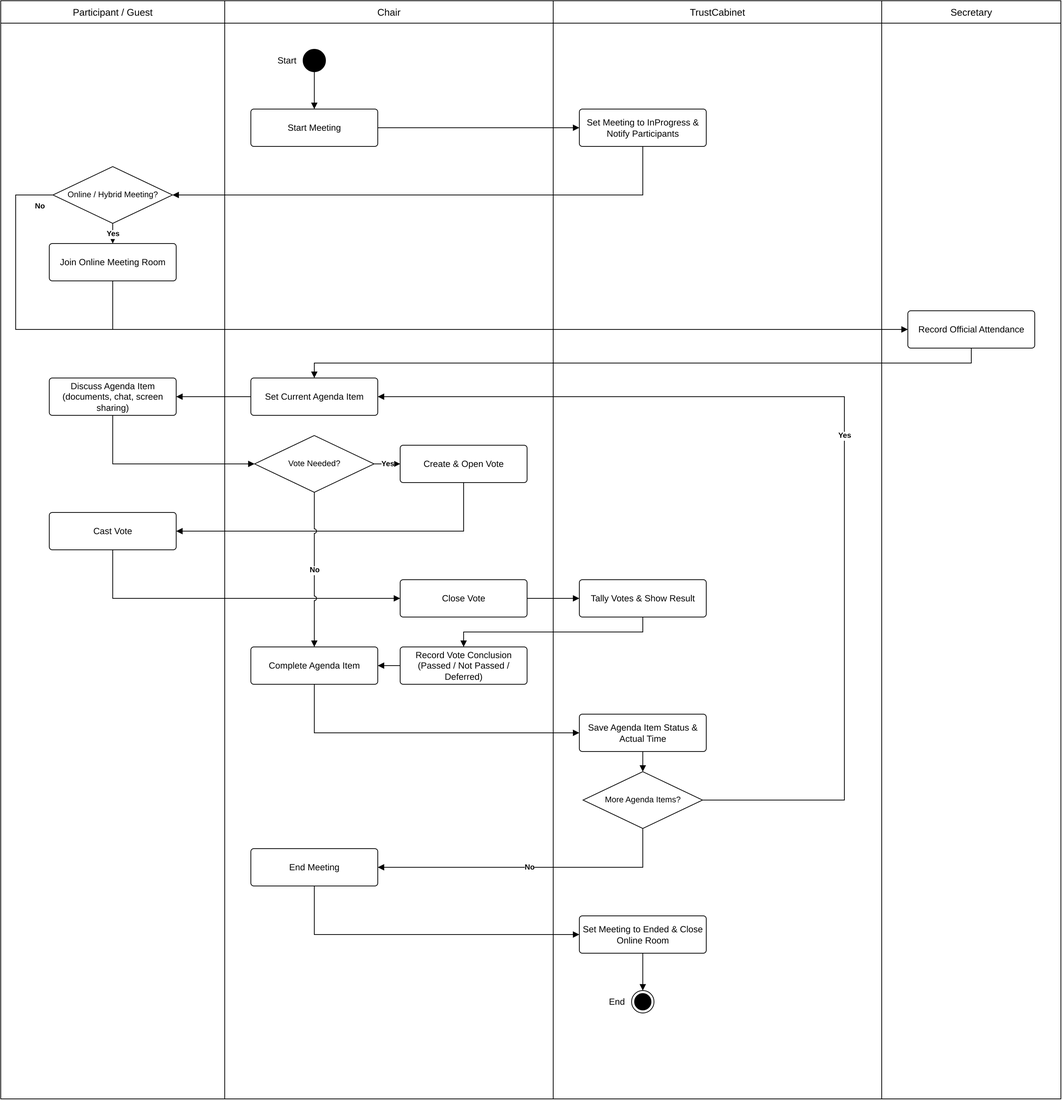
This is docs/09-bussinessflow/BF-03_Meeting_Execution_Decision_Making.drawio.png from callmehai/FU-FA26-G116, a draw.io export, as it was before one commit. Source tidied: cells renumbered, new cells last; positions are measured from the earlier drawing's top-left corner, leaving out a move shared by most shapes.
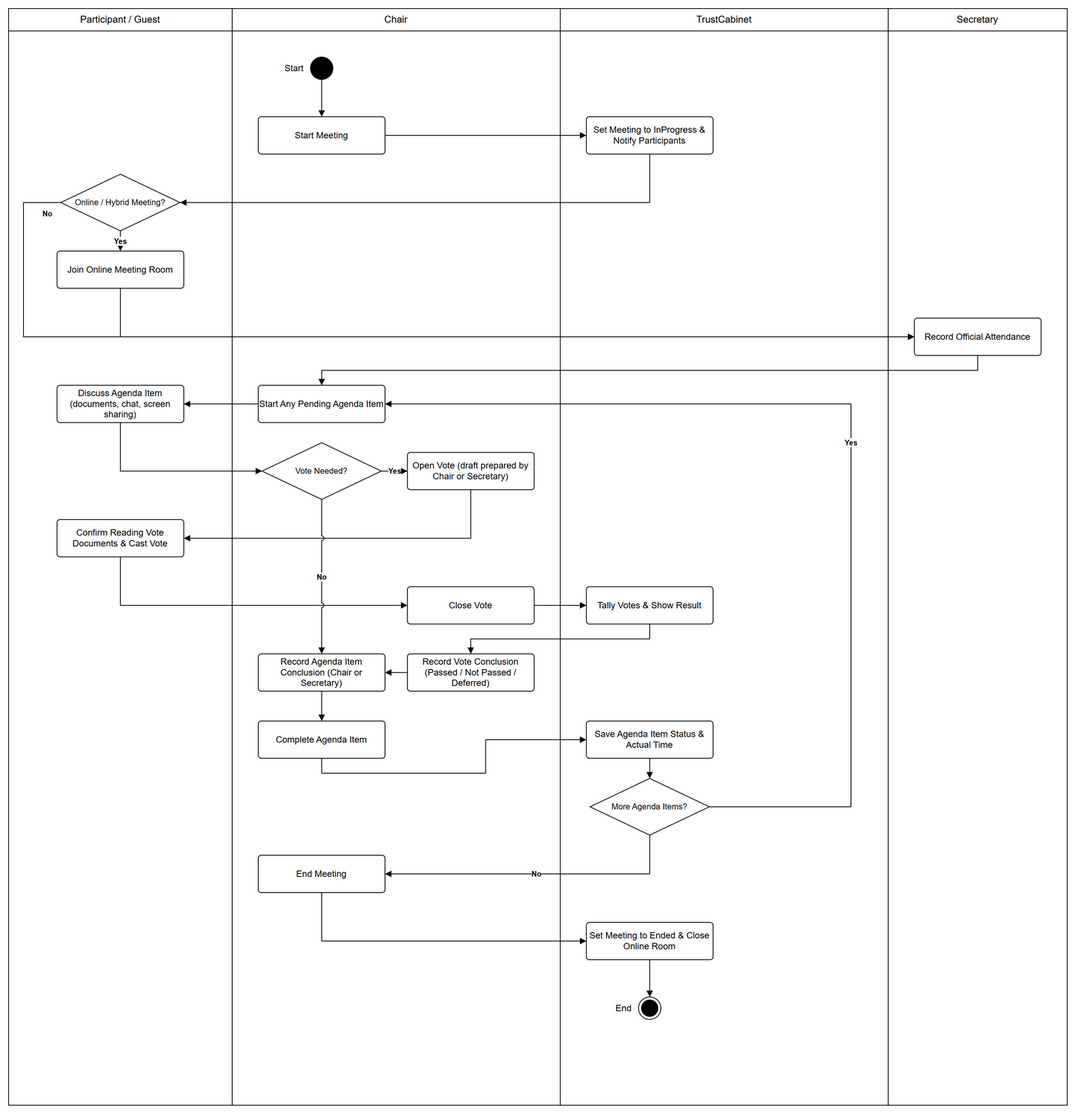
After the change.

Diff of the diagram source:
```diff
@@ -14,7 +14,7 @@
     <mxCell id="5" value="Discuss Agenda Item (documents, chat, screen sharing)" style="rounded=1;arcSize=8;html=1;whiteSpace=wrap;fillColor=#ffffff;strokeColor=#000000;fontColor=#000000;fontSize=12;" parent="2" vertex="1">
       <mxGeometry x="65" y="505" width="170" height="50" as="geometry" />
     </mxCell>
-    <mxCell id="6" value="Cast Vote" style="rounded=1;arcSize=8;html=1;whiteSpace=wrap;fillColor=#ffffff;strokeColor=#000000;fontColor=#000000;fontSize=12;" parent="2" vertex="1">
+    <mxCell id="6" value="Confirm Reading Vote Documents &amp; Cast Vote" style="rounded=1;arcSize=8;html=1;whiteSpace=wrap;fillColor=#ffffff;strokeColor=#000000;fontColor=#000000;fontSize=12;" parent="2" vertex="1">
       <mxGeometry x="65" y="685" width="170" height="50" as="geometry" />
     </mxCell>
     <mxCell id="7" value="Chair" style="swimlane;html=1;startSize=30;horizontal=1;fillColor=none;strokeColor=#000000;fontColor=#000000;fontStyle=0;fontSize=13;whiteSpace=wrap;" parent="1" vertex="1">
@@ -26,13 +26,13 @@
     <mxCell id="9" value="Start Meeting" style="rounded=1;arcSize=8;html=1;whiteSpace=wrap;fillColor=#ffffff;strokeColor=#000000;fontColor=#000000;fontSize=12;" parent="7" vertex="1">
       <mxGeometry x="35" y="145" width="170" height="50" as="geometry" />
     </mxCell>
-    <mxCell id="10" value="Set Current Agenda Item" style="rounded=1;arcSize=8;html=1;whiteSpace=wrap;fillColor=#ffffff;strokeColor=#000000;fontColor=#000000;fontSize=12;" parent="7" vertex="1">
+    <mxCell id="10" value="Start Any Pending Agenda Item" style="rounded=1;arcSize=8;html=1;whiteSpace=wrap;fillColor=#ffffff;strokeColor=#000000;fontColor=#000000;fontSize=12;" parent="7" vertex="1">
       <mxGeometry x="35" y="505" width="170" height="50" as="geometry" />
     </mxCell>
     <mxCell id="11" value="Vote Needed?" style="rhombus;spacingLeft=16;spacingRight=16;html=1;whiteSpace=wrap;fillColor=#ffffff;strokeColor=#000000;fontColor=#000000;fontSize=11;" parent="7" vertex="1">
       <mxGeometry x="40" y="582" width="160" height="76" as="geometry" />
     </mxCell>
-    <mxCell id="12" value="Create &amp; Open Vote" style="rounded=1;arcSize=8;html=1;whiteSpace=wrap;fillColor=#ffffff;strokeColor=#000000;fontColor=#000000;fontSize=12;" parent="7" vertex="1">
+    <mxCell id="12" value="Open Vote (draft prepared by Chair or Secretary)" style="rounded=1;arcSize=8;html=1;whiteSpace=wrap;fillColor=#ffffff;strokeColor=#000000;fontColor=#000000;fontSize=12;" parent="7" vertex="1">
       <mxGeometry x="235" y="595" width="170" height="50" as="geometry" />
     </mxCell>
     <mxCell id="13" value="Close Vote" style="rounded=1;arcSize=8;html=1;whiteSpace=wrap;fillColor=#ffffff;strokeColor=#000000;fontColor=#000000;fontSize=12;" parent="7" vertex="1">
@@ -42,7 +42,7 @@
       <mxGeometry x="235" y="865" width="170" height="50" as="geometry" />
     </mxCell>
     <mxCell id="15" value="Complete Agenda Item" style="rounded=1;arcSize=8;html=1;whiteSpace=wrap;fillColor=#ffffff;strokeColor=#000000;fontColor=#000000;fontSize=12;" parent="7" vertex="1">
-      <mxGeometry x="35" y="865" width="170" height="50" as="geometry" />
+      <mxGeometry x="35" y="955" width="170" height="50" as="geometry" />
     </mxCell>
     <mxCell id="16" value="End Meeting" style="rounded=1;arcSize=8;html=1;whiteSpace=wrap;fillColor=#ffffff;strokeColor=#000000;fontColor=#000000;fontSize=12;" parent="7" vertex="1">
       <mxGeometry x="35" y="1135" width="170" height="50" as="geometry" />
@@ -126,10 +126,10 @@
     <mxCell id="39" style="edgeStyle=orthogonalEdgeStyle;rounded=0;jettySize=auto;html=1;endArrow=block;endFill=1;strokeColor=#000000;fontColor=#000000;fontSize=10;fontStyle=1;labelBackgroundColor=#ffffff;jumpStyle=arc;jumpSize=6;exitX=0.5;exitY=1;exitDx=0;exitDy=0;entryX=0.5;entryY=0;entryDx=0;entryDy=0;" parent="1" edge="1" source="19" target="14">
       <mxGeometry relative="1" as="geometry" />
     </mxCell>
-    <mxCell id="40" style="edgeStyle=orthogonalEdgeStyle;rounded=0;jettySize=auto;html=1;endArrow=block;endFill=1;strokeColor=#000000;fontColor=#000000;fontSize=10;fontStyle=1;labelBackgroundColor=#ffffff;jumpStyle=arc;jumpSize=6;exitX=0;exitY=0.5;exitDx=0;exitDy=0;entryX=1;entryY=0.5;entryDx=0;entryDy=0;" parent="1" edge="1" source="14" target="15">
+    <mxCell id="40" style="edgeStyle=orthogonalEdgeStyle;rounded=0;jettySize=auto;html=1;endArrow=block;endFill=1;strokeColor=#000000;fontColor=#000000;fontSize=10;fontStyle=1;labelBackgroundColor=#ffffff;jumpStyle=arc;jumpSize=6;exitX=0;exitY=0.5;exitDx=0;exitDy=0;entryX=1;entryY=0.5;entryDx=0;entryDy=0;" parent="1" edge="1" source="14" target="48">
       <mxGeometry relative="1" as="geometry" />
     </mxCell>
-    <mxCell id="41" value="No" style="edgeStyle=orthogonalEdgeStyle;rounded=0;jettySize=auto;html=1;endArrow=block;endFill=1;strokeColor=#000000;fontColor=#000000;fontSize=10;fontStyle=1;labelBackgroundColor=#ffffff;jumpStyle=arc;jumpSize=6;exitX=0.5;exitY=1;exitDx=0;exitDy=0;entryX=0.5;entryY=0;entryDx=0;entryDy=0;" parent="1" edge="1" source="11" target="15">
+    <mxCell id="41" value="No" style="edgeStyle=orthogonalEdgeStyle;rounded=0;jettySize=auto;html=1;endArrow=block;endFill=1;strokeColor=#000000;fontColor=#000000;fontSize=10;fontStyle=1;labelBackgroundColor=#ffffff;jumpStyle=arc;jumpSize=6;exitX=0.5;exitY=1;exitDx=0;exitDy=0;entryX=0.5;entryY=0;entryDx=0;entryDy=0;" parent="1" edge="1" source="11" target="48">
       <mxGeometry relative="1" as="geometry" />
     </mxCell>
     <mxCell id="42" style="edgeStyle=orthogonalEdgeStyle;rounded=0;jettySize=auto;html=1;endArrow=block;endFill=1;strokeColor=#000000;fontColor=#000000;fontSize=10;fontStyle=1;labelBackgroundColor=#ffffff;jumpStyle=arc;jumpSize=6;exitX=0.5;exitY=1;exitDx=0;exitDy=0;entryX=0;entryY=0.5;entryDx=0;entryDy=0;" parent="1" edge="1" source="15" target="20">
@@ -155,5 +155,11 @@
     <mxCell id="47" style="edgeStyle=orthogonalEdgeStyle;rounded=0;jettySize=auto;html=1;endArrow=block;endFill=1;strokeColor=#000000;fontColor=#000000;fontSize=10;fontStyle=1;labelBackgroundColor=#ffffff;jumpStyle=arc;jumpSize=6;exitX=0.5;exitY=1;exitDx=0;exitDy=0;entryX=0.5;entryY=0;entryDx=0;entryDy=0;" parent="1" edge="1" source="22" target="23">
       <mxGeometry relative="1" as="geometry" />
     </mxCell>
+    <mxCell id="48" value="Record Agenda Item Conclusion (Chair or Secretary)" style="rounded=1;arcSize=8;html=1;whiteSpace=wrap;fillColor=#ffffff;strokeColor=#000000;fontColor=#000000;fontSize=12;" parent="7" vertex="1">
+      <mxGeometry x="35" y="865" width="170" height="50" as="geometry" />
+    </mxCell>
+    <mxCell id="49" style="edgeStyle=orthogonalEdgeStyle;rounded=0;jettySize=auto;html=1;endArrow=block;endFill=1;strokeColor=#000000;fontColor=#000000;fontSize=10;fontStyle=1;labelBackgroundColor=#ffffff;jumpStyle=arc;jumpSize=6;exitX=0.5;exitY=1;exitDx=0;exitDy=0;entryX=0.5;entryY=0;entryDx=0;entryDy=0;" parent="1" edge="1" source="48" target="15">
+      <mxGeometry relative="1" as="geometry" />
+    </mxCell>
   </root>
 </mxGraphModel>
```
